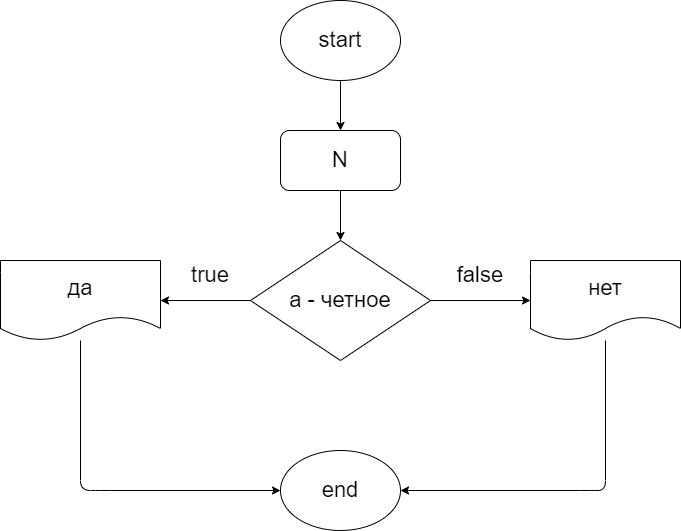
The draw.io diagram homework01/ex004/ex4.drawio.png in VitaliiSolomaha/GB_Vit, before a commit. Source tidied: cells renumbered, new cells last; positions are measured from the earlier drawing's top-left corner, leaving out a move shared by most shapes. Source of this version:
```xml
<mxGraphModel>
  <root>
    <mxCell id="0" />
    <mxCell id="1" parent="0" />
    <mxCell id="2" style="edgeStyle=none;html=1;fontSize=22;strokeWidth=1;" parent="1" edge="1" source="3">
      <mxGeometry relative="1" as="geometry">
        <mxPoint x="340" y="130" as="targetPoint" />
      </mxGeometry>
    </mxCell>
    <mxCell id="3" value="&lt;font style=&quot;font-size: 22px&quot;&gt;start&lt;/font&gt;" style="ellipse;whiteSpace=wrap;html=1;strokeWidth=1;fontSize=22;" parent="1" vertex="1">
      <mxGeometry x="280" width="120" height="80" as="geometry" />
    </mxCell>
    <mxCell id="4" style="edgeStyle=none;html=1;fontSize=22;strokeWidth=1;" parent="1" edge="1" target="7">
      <mxGeometry relative="1" as="geometry">
        <mxPoint x="340" y="190" as="sourcePoint" />
      </mxGeometry>
    </mxCell>
    <mxCell id="5" style="edgeStyle=none;html=1;fontSize=22;strokeWidth=1;" parent="1" edge="1" source="7" target="9">
      <mxGeometry relative="1" as="geometry" />
    </mxCell>
    <mxCell id="6" style="edgeStyle=none;html=1;fontSize=22;strokeWidth=1;" parent="1" edge="1" source="7" target="11">
      <mxGeometry relative="1" as="geometry" />
    </mxCell>
    <mxCell id="7" value="а - четное" style="rhombus;whiteSpace=wrap;html=1;rounded=0;strokeWidth=1;fontSize=22;" parent="1" vertex="1">
      <mxGeometry x="250" y="240" width="180" height="120" as="geometry" />
    </mxCell>
    <mxCell id="8" style="edgeStyle=none;html=1;entryX=1;entryY=0.5;entryDx=0;entryDy=0;fontSize=22;strokeWidth=1;" parent="1" edge="1" source="9" target="14">
      <mxGeometry relative="1" as="geometry">
        <Array as="points">
          <mxPoint x="605" y="490" />
          <mxPoint x="590" y="490" />
        </Array>
      </mxGeometry>
    </mxCell>
    <mxCell id="9" value="нет" style="shape=document;whiteSpace=wrap;html=1;boundedLbl=1;rounded=0;strokeWidth=1;fontSize=22;" parent="1" vertex="1">
      <mxGeometry x="530" y="260" width="150" height="80" as="geometry" />
    </mxCell>
    <mxCell id="10" style="edgeStyle=none;html=1;entryX=0;entryY=0.5;entryDx=0;entryDy=0;fontSize=22;strokeWidth=1;" parent="1" edge="1" source="11" target="14">
      <mxGeometry relative="1" as="geometry">
        <Array as="points">
          <mxPoint x="80" y="490" />
          <mxPoint x="100" y="490" />
        </Array>
      </mxGeometry>
    </mxCell>
    <mxCell id="11" value="да" style="shape=document;whiteSpace=wrap;html=1;boundedLbl=1;rounded=0;strokeWidth=1;fontSize=22;" parent="1" vertex="1">
      <mxGeometry y="260" width="160" height="80" as="geometry" />
    </mxCell>
    <mxCell id="12" value="true" style="text;html=1;strokeColor=none;fillColor=none;align=center;verticalAlign=middle;whiteSpace=wrap;rounded=0;fontSize=22;" parent="1" vertex="1">
      <mxGeometry x="180" y="260" width="60" height="30" as="geometry" />
    </mxCell>
    <mxCell id="13" value="false" style="text;html=1;strokeColor=none;fillColor=none;align=center;verticalAlign=middle;whiteSpace=wrap;rounded=0;fontSize=22;" parent="1" vertex="1">
      <mxGeometry x="450" y="260" width="60" height="30" as="geometry" />
    </mxCell>
    <mxCell id="14" value="end" style="ellipse;whiteSpace=wrap;html=1;fontSize=22;strokeWidth=1;" parent="1" vertex="1">
      <mxGeometry x="280" y="450" width="120" height="80" as="geometry" />
    </mxCell>
    <mxCell id="15" value="N" style="rounded=1;whiteSpace=wrap;html=1;fontSize=22;" parent="1" vertex="1">
      <mxGeometry x="280" y="130" width="120" height="60" as="geometry" />
    </mxCell>
  </root>
</mxGraphModel>
```
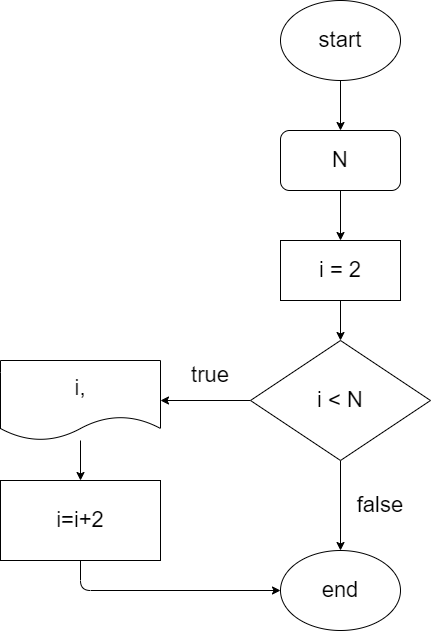
After the commit.

What changed in the source:
```diff
@@ -2,61 +2,62 @@
   <root>
     <mxCell id="0" />
     <mxCell id="1" parent="0" />
-    <mxCell id="2" style="edgeStyle=none;html=1;fontSize=22;strokeWidth=1;" parent="1" edge="1" source="3">
+    <mxCell id="2" style="edgeStyle=none;html=1;fontSize=22;strokeWidth=1;startArrow=none;" parent="1" edge="1" source="15">
       <mxGeometry relative="1" as="geometry">
-        <mxPoint x="340" y="130" as="targetPoint" />
+        <mxPoint x="340" y="30" as="targetPoint" />
       </mxGeometry>
     </mxCell>
+    <mxCell id="16" style="edgeStyle=none;html=1;entryX=0.5;entryY=0;entryDx=0;entryDy=0;fontSize=22;" parent="1" edge="1" source="3" target="15">
+      <mxGeometry relative="1" as="geometry" />
+    </mxCell>
     <mxCell id="3" value="&lt;font style=&quot;font-size: 22px&quot;&gt;start&lt;/font&gt;" style="ellipse;whiteSpace=wrap;html=1;strokeWidth=1;fontSize=22;" parent="1" vertex="1">
-      <mxGeometry x="280" width="120" height="80" as="geometry" />
+      <mxGeometry x="280" y="-100" width="120" height="80" as="geometry" />
     </mxCell>
-    <mxCell id="4" style="edgeStyle=none;html=1;fontSize=22;strokeWidth=1;" parent="1" edge="1" target="7">
-      <mxGeometry relative="1" as="geometry">
-        <mxPoint x="340" y="190" as="sourcePoint" />
-      </mxGeometry>
-    </mxCell>
-    <mxCell id="5" style="edgeStyle=none;html=1;fontSize=22;strokeWidth=1;" parent="1" edge="1" source="7" target="9">
-      <mxGeometry relative="1" as="geometry" />
-    </mxCell>
     <mxCell id="6" style="edgeStyle=none;html=1;fontSize=22;strokeWidth=1;" parent="1" edge="1" source="7" target="11">
       <mxGeometry relative="1" as="geometry" />
     </mxCell>
+    <mxCell id="17" style="edgeStyle=none;html=1;fontSize=22;" parent="1" edge="1" source="7" target="14">
+      <mxGeometry relative="1" as="geometry" />
+    </mxCell>
-    <mxCell id="7" value="а - четное" style="rhombus;whiteSpace=wrap;html=1;rounded=0;strokeWidth=1;fontSize=22;" parent="1" vertex="1">
+    <mxCell id="7" value="i &amp;lt; N" style="rhombus;whiteSpace=wrap;html=1;rounded=0;strokeWidth=1;fontSize=22;" parent="1" vertex="1">
       <mxGeometry x="250" y="240" width="180" height="120" as="geometry" />
     </mxCell>
-    <mxCell id="8" style="edgeStyle=none;html=1;entryX=1;entryY=0.5;entryDx=0;entryDy=0;fontSize=22;strokeWidth=1;" parent="1" edge="1" source="9" target="14">
-      <mxGeometry relative="1" as="geometry">
-        <Array as="points">
-          <mxPoint x="605" y="490" />
-          <mxPoint x="590" y="490" />
-        </Array>
-      </mxGeometry>
-    </mxCell>
-    <mxCell id="9" value="нет" style="shape=document;whiteSpace=wrap;html=1;boundedLbl=1;rounded=0;strokeWidth=1;fontSize=22;" parent="1" vertex="1">
-      <mxGeometry x="530" y="260" width="150" height="80" as="geometry" />
-    </mxCell>
-    <mxCell id="10" style="edgeStyle=none;html=1;entryX=0;entryY=0.5;entryDx=0;entryDy=0;fontSize=22;strokeWidth=1;" parent="1" edge="1" source="11" target="14">
-      <mxGeometry relative="1" as="geometry">
-        <Array as="points">
-          <mxPoint x="80" y="490" />
-          <mxPoint x="100" y="490" />
-        </Array>
-      </mxGeometry>
-    </mxCell>
+    <mxCell id="18" style="edgeStyle=none;html=1;entryX=0.5;entryY=0;entryDx=0;entryDy=0;fontSize=22;" parent="1" edge="1" source="11" target="23">
+      <mxGeometry relative="1" as="geometry" />
+    </mxCell>
-    <mxCell id="11" value="да" style="shape=document;whiteSpace=wrap;html=1;boundedLbl=1;rounded=0;strokeWidth=1;fontSize=22;" parent="1" vertex="1">
+    <mxCell id="11" value="i," style="shape=document;whiteSpace=wrap;html=1;boundedLbl=1;rounded=0;strokeWidth=1;fontSize=22;" parent="1" vertex="1">
       <mxGeometry y="260" width="160" height="80" as="geometry" />
     </mxCell>
     <mxCell id="12" value="true" style="text;html=1;strokeColor=none;fillColor=none;align=center;verticalAlign=middle;whiteSpace=wrap;rounded=0;fontSize=22;" parent="1" vertex="1">
       <mxGeometry x="180" y="260" width="60" height="30" as="geometry" />
     </mxCell>
     <mxCell id="13" value="false" style="text;html=1;strokeColor=none;fillColor=none;align=center;verticalAlign=middle;whiteSpace=wrap;rounded=0;fontSize=22;" parent="1" vertex="1">
-      <mxGeometry x="450" y="260" width="60" height="30" as="geometry" />
+      <mxGeometry x="350" y="390" width="60" height="30" as="geometry" />
     </mxCell>
     <mxCell id="14" value="end" style="ellipse;whiteSpace=wrap;html=1;fontSize=22;strokeWidth=1;" parent="1" vertex="1">
       <mxGeometry x="280" y="450" width="120" height="80" as="geometry" />
     </mxCell>
+    <mxCell id="19" style="edgeStyle=none;html=1;entryX=0.5;entryY=0;entryDx=0;entryDy=0;fontSize=22;" parent="1" edge="1" source="15" target="21">
+      <mxGeometry relative="1" as="geometry" />
+    </mxCell>
     <mxCell id="15" value="N" style="rounded=1;whiteSpace=wrap;html=1;fontSize=22;" parent="1" vertex="1">
-      <mxGeometry x="280" y="130" width="120" height="60" as="geometry" />
+      <mxGeometry x="280" y="30" width="120" height="60" as="geometry" />
     </mxCell>
+    <mxCell id="20" style="edgeStyle=none;html=1;fontSize=22;" parent="1" edge="1" source="21" target="7">
+      <mxGeometry relative="1" as="geometry" />
+    </mxCell>
+    <mxCell id="21" value="i = 2" style="rounded=0;whiteSpace=wrap;html=1;fontSize=22;" parent="1" vertex="1">
+      <mxGeometry x="280" y="140" width="120" height="60" as="geometry" />
+    </mxCell>
+    <mxCell id="22" style="edgeStyle=none;html=1;entryX=0;entryY=0.5;entryDx=0;entryDy=0;fontSize=22;" parent="1" edge="1" source="23" target="14">
+      <mxGeometry relative="1" as="geometry">
+        <Array as="points">
+          <mxPoint x="80" y="490" />
+        </Array>
+      </mxGeometry>
+    </mxCell>
+    <mxCell id="23" value="i=i+2" style="rounded=0;whiteSpace=wrap;html=1;fontSize=22;" parent="1" vertex="1">
+      <mxGeometry y="380" width="160" height="80" as="geometry" />
+    </mxCell>
   </root>
 </mxGraphModel>
```
